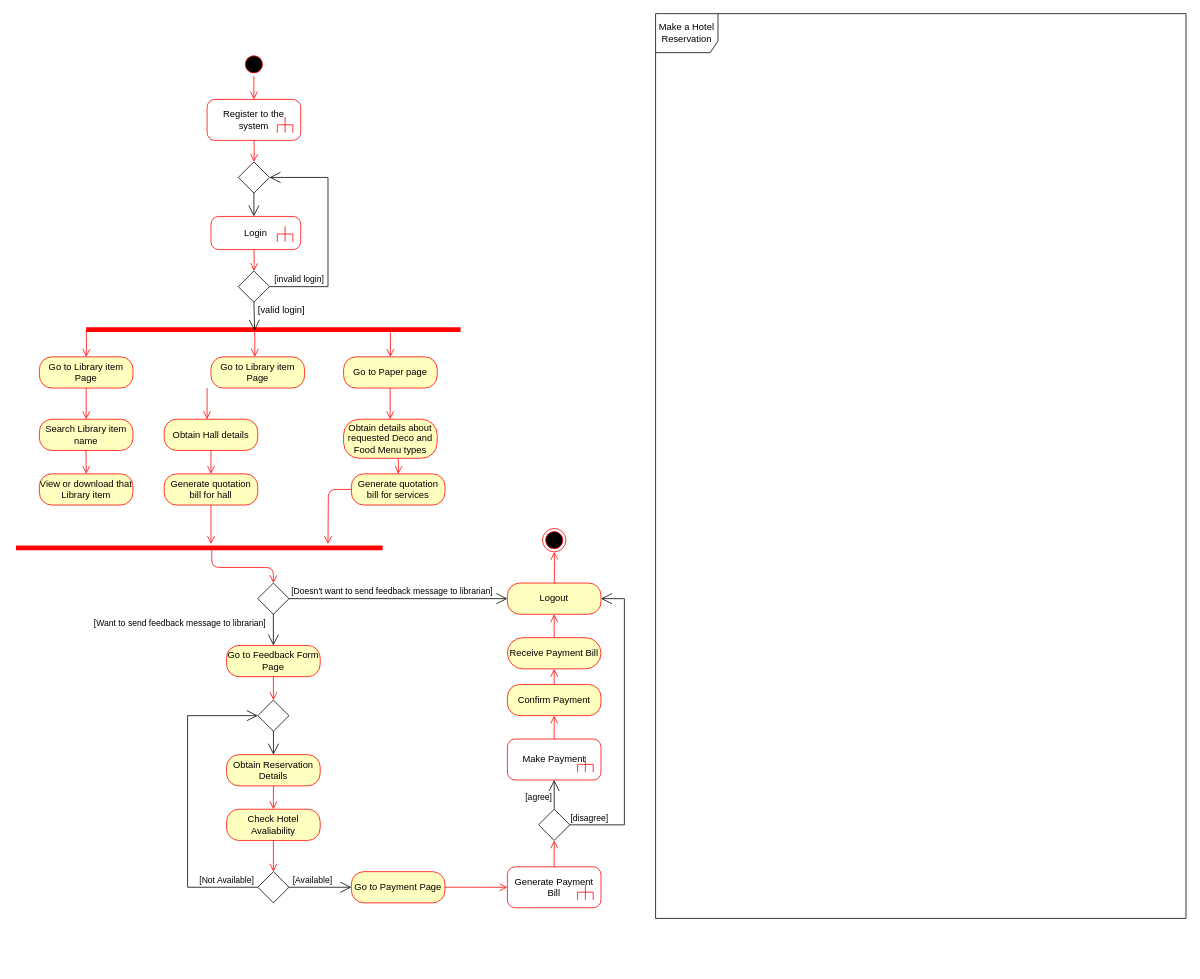
This is Activity Diagram - View Library items(Student).drawio from YuchiraJA/ITP-Project-Diagrams, a draw.io file, before an edit. Source tidied: cells renumbered, new cells numbered last; positions are measured from the earlier drawing's top-left corner, leaving out a move shared by most shapes. Both pictures are drawn from the tidied source at 78%, with x=0, y=0 at pixel (16, 13).
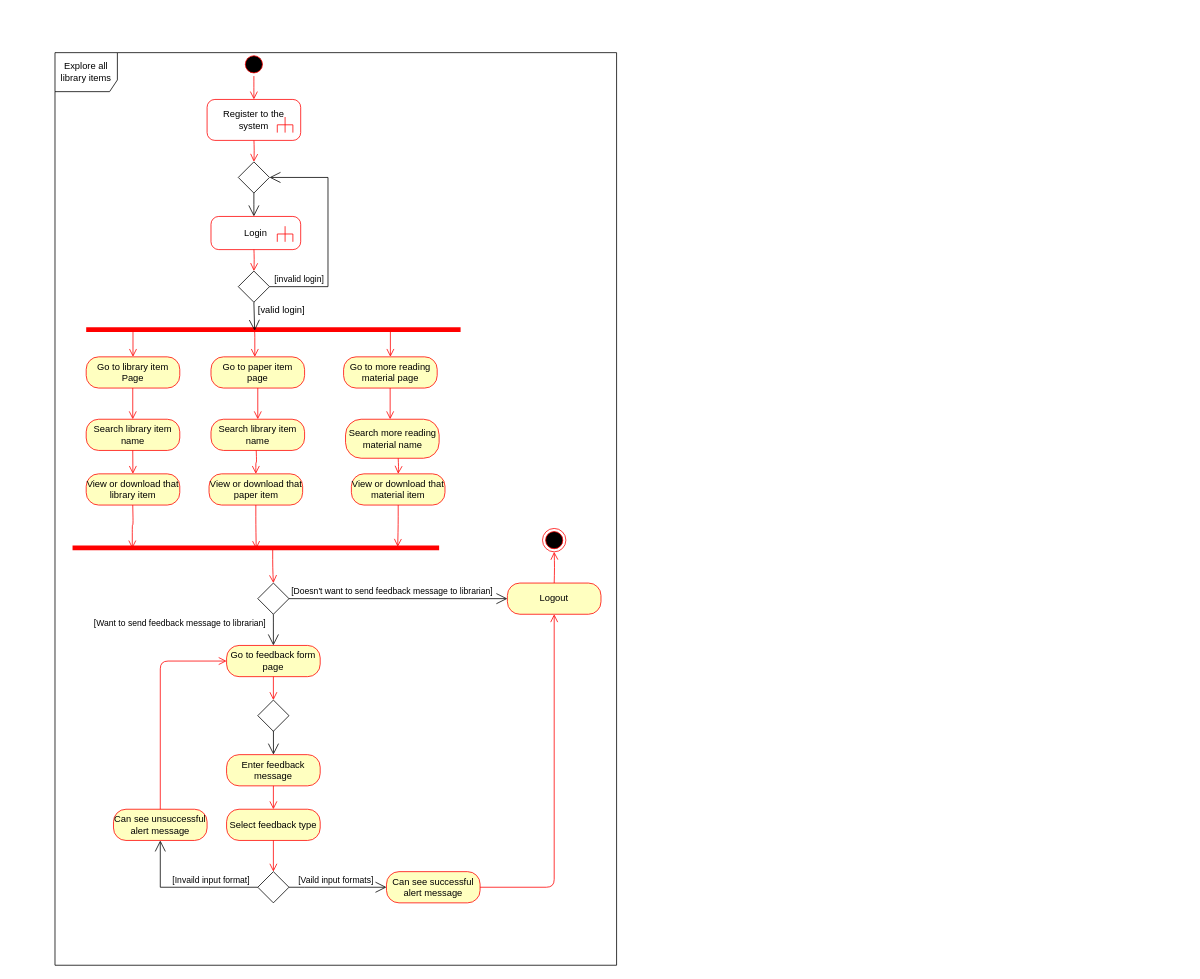
Above is the later version.

Unchanged cells that the change refers to:
```xml
<mxCell id="10" style="shape=line;html=1;strokeWidth=6;strokeColor=#ff0000;" parent="1" vertex="1">
  <mxGeometry x="90" y="400" width="480" height="10" as="geometry" />
</mxCell>
<mxCell id="29" style="shape=rhombus;html=1;verticalLabelPosition=bottom;verticalAlignment=top;" parent="1" vertex="1">
  <mxGeometry x="310" y="730" width="40" height="40" as="geometry" />
</mxCell>
<mxCell id="36" style="shape=rhombus;html=1;verticalLabelPosition=bottom;verticalAlignment=top;" parent="1" vertex="1">
  <mxGeometry x="310" y="880" width="40" height="40" as="geometry" />
</mxCell>
<mxCell id="38" style="shape=rhombus;html=1;verticalLabelPosition=bottom;verticalAlignment=top;" parent="1" vertex="1">
  <mxGeometry x="310" y="1100" width="40" height="40" as="geometry" />
</mxCell>
<mxCell id="51" value="Logout" style="rounded=1;whiteSpace=wrap;html=1;arcSize=40;fontColor=#000000;fillColor=#ffffc0;strokeColor=#ff0000;" parent="1" vertex="1">
  <mxGeometry x="630" y="730" width="120" height="40" as="geometry" />
</mxCell>
```

The edit, as a diff of the source:
```diff
@@
-    <mxCell id="12" value="Go to Library item Page" style="rounded=1;whiteSpace=wrap;html=1;arcSize=40;fontColor=#000000;fillColor=#ffffc0;strokeColor=#ff0000;" parent="1" vertex="1">
+    <mxCell id="12" value="Go to paper item page" style="rounded=1;whiteSpace=wrap;html=1;arcSize=40;fontColor=#000000;fillColor=#ffffc0;strokeColor=#ff0000;" parent="1" vertex="1">
       <mxGeometry x="250" y="440" width="120" height="40" as="geometry" />
     </mxCell>
-    <mxCell id="13" value="Go to Paper page" style="rounded=1;whiteSpace=wrap;html=1;arcSize=40;fontColor=#000000;fillColor=#ffffc0;strokeColor=#ff0000;" parent="1" vertex="1">
+    <mxCell id="13" value="Go to more reading material page" style="rounded=1;whiteSpace=wrap;html=1;arcSize=40;fontColor=#000000;fillColor=#ffffc0;strokeColor=#ff0000;" parent="1" vertex="1">
       <mxGeometry x="420" y="440" width="120" height="40" as="geometry" />
     </mxCell>
@@
-    <mxCell id="16" value="Obtain Hall details" style="rounded=1;whiteSpace=wrap;html=1;arcSize=40;fontColor=#000000;fillColor=#ffffc0;strokeColor=#ff0000;" parent="1" vertex="1">
-      <mxGeometry x="190" y="520" width="120" height="40" as="geometry" />
+    <mxCell id="16" value="Search library item name" style="rounded=1;whiteSpace=wrap;html=1;arcSize=40;fontColor=#000000;fillColor=#ffffc0;strokeColor=#ff0000;" parent="1" vertex="1">
+      <mxGeometry x="250" y="520" width="120" height="40" as="geometry" />
     </mxCell>
-    <mxCell id="17" style="edgeStyle=orthogonalEdgeStyle;html=1;verticalAlign=bottom;endArrow=open;endSize=8;strokeColor=#ff0000;" parent="1" edge="1" source="16">
+    <mxCell id="17" style="edgeStyle=orthogonalEdgeStyle;html=1;verticalAlign=bottom;endArrow=open;endSize=8;strokeColor=#ff0000;entryX=0.5;entryY=0;entryDx=0;entryDy=0;" parent="1" edge="1" target="23">
       <mxGeometry relative="1" as="geometry">
-        <mxPoint x="250" y="590" as="targetPoint" />
+        <mxPoint x="308" y="560" as="sourcePoint" />
       </mxGeometry>
     </mxCell>
-    <mxCell id="18" value="Obtain details about requested Deco and Food Menu types" style="rounded=1;whiteSpace=wrap;html=1;arcSize=40;fontColor=#000000;fillColor=#ffffc0;strokeColor=#ff0000;" parent="1" vertex="1">
-      <mxGeometry x="420" y="520" width="120" height="50" as="geometry" />
+    <mxCell id="18" value="Search more reading material name" style="rounded=1;whiteSpace=wrap;html=1;arcSize=40;fontColor=#000000;fillColor=#ffffc0;strokeColor=#ff0000;" parent="1" vertex="1">
+      <mxGeometry x="422.5" y="520" width="120" height="50" as="geometry" />
     </mxCell>
@@
     <mxCell id="22" style="edgeStyle=orthogonalEdgeStyle;html=1;verticalAlign=bottom;endArrow=open;endSize=8;strokeColor=#ff0000;" parent="1" edge="1">
       <mxGeometry relative="1" as="geometry">
-        <mxPoint x="245" y="480" as="sourcePoint" />
-        <mxPoint x="245" y="520" as="targetPoint" />
+        <mxPoint x="310" y="480" as="sourcePoint" />
+        <mxPoint x="310" y="520" as="targetPoint" />
         <Array as="points">
-          <mxPoint x="245" y="480" />
-          <mxPoint x="245" y="480" />
+          <mxPoint x="310" y="480" />
+          <mxPoint x="310" y="480" />
         </Array>
       </mxGeometry>
     </mxCell>
-    <mxCell id="23" value="Generate quotation bill for hall" style="rounded=1;whiteSpace=wrap;html=1;arcSize=40;fontColor=#000000;fillColor=#ffffc0;strokeColor=#ff0000;" parent="1" vertex="1">
-      <mxGeometry x="190" y="590" width="120" height="40" as="geometry" />
+    <mxCell id="23" value="View or download that paper item" style="rounded=1;whiteSpace=wrap;html=1;arcSize=40;fontColor=#000000;fillColor=#ffffc0;strokeColor=#ff0000;" parent="1" vertex="1">
+      <mxGeometry x="247.5" y="590" width="120" height="40" as="geometry" />
     </mxCell>
-    <mxCell id="24" style="edgeStyle=orthogonalEdgeStyle;html=1;verticalAlign=bottom;endArrow=open;endSize=8;strokeColor=#ff0000;" parent="1" edge="1" source="23">
-      <mxGeometry relative="1" as="geometry">
-        <mxPoint x="250" y="680" as="targetPoint" />
-      </mxGeometry>
+    <mxCell id="24" style="edgeStyle=orthogonalEdgeStyle;html=1;verticalAlign=bottom;endArrow=open;endSize=8;strokeColor=#ff0000;entryX=0.501;entryY=0.628;entryDx=0;entryDy=0;entryPerimeter=0;" parent="1" edge="1" source="23" target="27">
+      <mxGeometry relative="1" as="geometry" />
     </mxCell>
-    <mxCell id="25" value="Generate quotation bill for services" style="rounded=1;whiteSpace=wrap;html=1;arcSize=40;fontColor=#000000;fillColor=#ffffc0;strokeColor=#ff0000;" parent="1" vertex="1">
+    <mxCell id="25" value="View or download that material item" style="rounded=1;whiteSpace=wrap;html=1;arcSize=40;fontColor=#000000;fillColor=#ffffc0;strokeColor=#ff0000;" parent="1" vertex="1">
       <mxGeometry x="430" y="590" width="120" height="40" as="geometry" />
     </mxCell>
-    <mxCell id="26" style="edgeStyle=orthogonalEdgeStyle;html=1;verticalAlign=bottom;endArrow=open;endSize=8;strokeColor=#ff0000;" parent="1" edge="1" source="25">
-      <mxGeometry relative="1" as="geometry">
-        <mxPoint x="400" y="680" as="targetPoint" />
-      </mxGeometry>
+    <mxCell id="26" style="edgeStyle=orthogonalEdgeStyle;html=1;verticalAlign=bottom;endArrow=open;endSize=8;strokeColor=#ff0000;exitX=0.5;exitY=1;exitDx=0;exitDy=0;entryX=0.887;entryY=0.352;entryDx=0;entryDy=0;entryPerimeter=0;" parent="1" edge="1" source="25" target="27">
+      <mxGeometry relative="1" as="geometry" />
     </mxCell>
     <mxCell id="27" style="shape=line;html=1;strokeWidth=6;strokeColor=#ff0000;" parent="1" vertex="1">
-      <mxGeometry y="680" width="470" height="10" as="geometry" />
+      <mxGeometry x="72.5" y="680" width="470" height="10" as="geometry" />
     </mxCell>
-    <mxCell id="28" style="edgeStyle=orthogonalEdgeStyle;html=1;verticalAlign=bottom;endArrow=open;endSize=8;strokeColor=#ff0000;entryX=0.5;entryY=0;entryDx=0;entryDy=0;exitX=0.534;exitY=0.533;exitDx=0;exitDy=0;exitPerimeter=0;" parent="1" edge="1" source="27" target="29">
+    <mxCell id="28" style="edgeStyle=orthogonalEdgeStyle;html=1;verticalAlign=bottom;endArrow=open;endSize=8;strokeColor=#ff0000;entryX=0.5;entryY=0;entryDx=0;entryDy=0;exitX=0.546;exitY=0.766;exitDx=0;exitDy=0;exitPerimeter=0;" parent="1" edge="1" source="27" target="29">
       <mxGeometry relative="1" as="geometry" />
     </mxCell>
@@
-    <mxCell id="32" value="Go to Feedback Form Page" style="rounded=1;whiteSpace=wrap;html=1;arcSize=40;fontColor=#000000;fillColor=#ffffc0;strokeColor=#ff0000;" parent="1" vertex="1">
+    <mxCell id="32" value="Go to feedback form page" style="rounded=1;whiteSpace=wrap;html=1;arcSize=40;fontColor=#000000;fillColor=#ffffc0;strokeColor=#ff0000;" parent="1" vertex="1">
       <mxGeometry x="270" y="810" width="120" height="40" as="geometry" />
     </mxCell>
@@
-    <mxCell id="34" value="Obtain Reservation Details" style="rounded=1;whiteSpace=wrap;html=1;arcSize=40;fontColor=#000000;fillColor=#ffffc0;strokeColor=#ff0000;" parent="1" vertex="1">
+    <mxCell id="34" value="Enter feedback message" style="rounded=1;whiteSpace=wrap;html=1;arcSize=40;fontColor=#000000;fillColor=#ffffc0;strokeColor=#ff0000;" parent="1" vertex="1">
       <mxGeometry x="270" y="950" width="120" height="40" as="geometry" />
     </mxCell>
@@
-    <mxCell id="39" value="[Available]" style="edgeStyle=elbowEdgeStyle;html=1;elbow=vertical;verticalAlign=bottom;endArrow=open;rounded=0;labelBackgroundColor=none;endSize=12;entryX=0;entryY=0.5;entryDx=0;entryDy=0;" parent="1" edge="1" target="56">
-      <mxGeometry x="-0.25" relative="1" as="geometry">
+    <mxCell id="39" value="[Vaild input formats]" style="edgeStyle=elbowEdgeStyle;html=1;elbow=vertical;verticalAlign=bottom;endArrow=open;rounded=0;labelBackgroundColor=none;endSize=12;entryX=0;entryY=0.5;entryDx=0;entryDy=0;" parent="1" edge="1" target="56">
+      <mxGeometry x="-0.04" relative="1" as="geometry">
         <mxPoint x="350" y="1120" as="sourcePoint" />
         <Array as="points">
           <mxPoint x="370" y="1120" />
           <mxPoint x="360" y="1070" />
         </Array>
       </mxGeometry>
     </mxCell>
-    <mxCell id="40" value="[Not Available]" style="edgeStyle=elbowEdgeStyle;html=1;elbow=vertical;verticalAlign=bottom;endArrow=open;rounded=0;labelBackgroundColor=none;endSize=12;entryX=0;entryY=0.5;entryDx=0;entryDy=0;" parent="1" edge="1" source="38" target="36">
-      <mxGeometry x="-0.8" relative="1" as="geometry">
+    <mxCell id="40" value="[Invaild input format]" style="edgeStyle=elbowEdgeStyle;html=1;elbow=vertical;verticalAlign=bottom;endArrow=open;rounded=0;labelBackgroundColor=none;endSize=12;entryX=0.5;entryY=1;entryDx=0;entryDy=0;" parent="1" edge="1" source="38" target="69">
+      <mxGeometry x="-0.35" relative="1" as="geometry">
         <Array as="points">
-          <mxPoint x="220" y="960" />
+          <mxPoint x="250" y="1120" />
+          <mxPoint x="260" y="910" />
+          <mxPoint x="220" y="1050" />
         </Array>
       </mxGeometry>
     </mxCell>
-    <mxCell id="41" value="Make a Hotel Reservation" style="shape=umlFrame;whiteSpace=wrap;html=1;width=80;height=50;" parent="1" vertex="1">
-      <mxGeometry x="820" width="680" height="1160" as="geometry" />
+    <mxCell id="41" value="Explore all library items" style="shape=umlFrame;whiteSpace=wrap;html=1;width=80;height=50;" parent="1" vertex="1">
+      <mxGeometry x="50" y="50" width="720" height="1170" as="geometry" />
     </mxCell>
-    <mxCell id="42" value="Check Hotel Avaliability" style="rounded=1;whiteSpace=wrap;html=1;arcSize=40;fontColor=#000000;fillColor=#ffffc0;strokeColor=#ff0000;" parent="1" vertex="1">
+    <mxCell id="42" value="Select feedback type" style="rounded=1;whiteSpace=wrap;html=1;arcSize=40;fontColor=#000000;fillColor=#ffffc0;strokeColor=#ff0000;" parent="1" vertex="1">
       <mxGeometry x="270" y="1020" width="120" height="40" as="geometry" />
     </mxCell>
@@
-    <mxCell id="44" style="shape=rhombus;html=1;verticalLabelPosition=bottom;verticalAlignment=top;" parent="1" vertex="1">
-      <mxGeometry x="670" y="1020" width="40" height="40" as="geometry" />
-    </mxCell>
-    <mxCell id="45" value="[disagree]" style="edgeStyle=elbowEdgeStyle;html=1;elbow=vertical;verticalAlign=bottom;endArrow=open;rounded=0;labelBackgroundColor=none;endSize=12;entryX=1;entryY=0.5;entryDx=0;entryDy=0;" parent="1" edge="1" source="44" target="51">
-      <mxGeometry x="-0.87" relative="1" as="geometry">
-        <Array as="points">
-          <mxPoint x="780" y="990" />
-          <mxPoint x="760" y="1120" />
-        </Array>
-      </mxGeometry>
-    </mxCell>
-    <mxCell id="46" value="[agree]" style="edgeStyle=elbowEdgeStyle;html=1;elbow=vertical;verticalAlign=bottom;endArrow=open;rounded=0;labelBackgroundColor=none;endSize=12;exitX=0.5;exitY=0;exitDx=0;exitDy=0;entryX=0.5;entryY=1;entryDx=0;entryDy=0;entryPerimeter=0;" parent="1" edge="1" source="44" target="48">
-      <mxGeometry x="-0.7" y="20" relative="1" as="geometry">
-        <Array as="points">
-          <mxPoint x="650" y="1007.5" />
-        </Array>
-      </mxGeometry>
-    </mxCell>
-    <mxCell id="47" value="Generate Payment Bill" style="html=1;shape=mxgraph.sysml.callBehAct;whiteSpace=wrap;align=center;strokeColor=#FF0000;" parent="1" vertex="1">
-      <mxGeometry x="630" y="1093.8" width="120" height="52.5" as="geometry" />
-    </mxCell>
-    <mxCell id="48" value="Make Payment" style="html=1;shape=mxgraph.sysml.callBehAct;whiteSpace=wrap;align=center;strokeColor=#FF0000;" parent="1" vertex="1">
-      <mxGeometry x="630" y="930" width="120" height="52.5" as="geometry" />
-    </mxCell>
-    <mxCell id="49" value="Confirm Payment" style="rounded=1;whiteSpace=wrap;html=1;arcSize=40;fontColor=#000000;fillColor=#ffffc0;strokeColor=#ff0000;" parent="1" vertex="1">
-      <mxGeometry x="630" y="860" width="120" height="40" as="geometry" />
-    </mxCell>
-    <mxCell id="50" value="Receive Payment Bill" style="rounded=1;whiteSpace=wrap;html=1;arcSize=50;fontColor=#000000;fillColor=#ffffc0;strokeColor=#ff0000;" parent="1" vertex="1">
-      <mxGeometry x="630" y="800" width="120" height="40" as="geometry" />
-    </mxCell>
@@
-    <mxCell id="52" style="edgeStyle=orthogonalEdgeStyle;html=1;verticalAlign=bottom;endArrow=open;endSize=8;strokeColor=#ff0000;exitX=0.5;exitY=0;exitDx=0;exitDy=0;entryX=0.5;entryY=1;entryDx=0;entryDy=0;" parent="1" edge="1" source="50" target="51">
-      <mxGeometry relative="1" as="geometry" />
-    </mxCell>
-    <mxCell id="53" style="edgeStyle=orthogonalEdgeStyle;html=1;verticalAlign=bottom;endArrow=open;endSize=8;strokeColor=#ff0000;exitX=0.5;exitY=0;exitDx=0;exitDy=0;entryX=0.5;entryY=1;entryDx=0;entryDy=0;" parent="1" edge="1" source="49" target="50">
-      <mxGeometry relative="1" as="geometry" />
-    </mxCell>
@@
-    <mxCell id="56" value="Go to Payment Page" style="rounded=1;whiteSpace=wrap;html=1;arcSize=40;fontColor=#000000;fillColor=#ffffc0;strokeColor=#ff0000;" parent="1" vertex="1">
-      <mxGeometry x="430" y="1100" width="120" height="40" as="geometry" />
+    <mxCell id="56" value="Can see successful alert message" style="rounded=1;whiteSpace=wrap;html=1;arcSize=40;fontColor=#000000;fillColor=#ffffc0;strokeColor=#ff0000;" parent="1" vertex="1">
+      <mxGeometry x="475" y="1100" width="120" height="40" as="geometry" />
     </mxCell>
-    <mxCell id="57" style="edgeStyle=orthogonalEdgeStyle;html=1;verticalAlign=bottom;endArrow=open;endSize=8;strokeColor=#ff0000;exitX=1;exitY=0.5;exitDx=0;exitDy=0;entryX=0;entryY=0.5;entryDx=0;entryDy=0;entryPerimeter=0;" parent="1" edge="1" source="56" target="47">
+    <mxCell id="57" style="edgeStyle=orthogonalEdgeStyle;html=1;verticalAlign=bottom;endArrow=open;endSize=8;strokeColor=#ff0000;exitX=1;exitY=0.5;exitDx=0;exitDy=0;entryX=0.5;entryY=1;entryDx=0;entryDy=0;" parent="1" edge="1" source="56" target="51">
       <mxGeometry relative="1" as="geometry" />
     </mxCell>
-    <mxCell id="58" style="edgeStyle=orthogonalEdgeStyle;html=1;verticalAlign=bottom;endArrow=open;endSize=8;strokeColor=#ff0000;exitX=0.5;exitY=0;exitDx=0;exitDy=0;entryX=0.5;entryY=1;entryDx=0;entryDy=0;exitPerimeter=0;" parent="1" edge="1" source="47" target="44">
-      <mxGeometry relative="1" as="geometry" />
-    </mxCell>
@@
-    <mxCell id="61" style="edgeStyle=orthogonalEdgeStyle;html=1;verticalAlign=bottom;endArrow=open;endSize=8;strokeColor=#ff0000;exitX=0.5;exitY=0;exitDx=0;exitDy=0;entryX=0.5;entryY=1;entryDx=0;entryDy=0;exitPerimeter=0;" parent="1" edge="1" source="48" target="49">
-      <mxGeometry relative="1" as="geometry" />
-    </mxCell>
-    <mxCell id="62" value="Go to Library item Page" style="rounded=1;whiteSpace=wrap;html=1;arcSize=40;fontColor=#000000;fillColor=#ffffc0;strokeColor=#ff0000;" parent="1" vertex="1">
-      <mxGeometry x="30" y="440" width="120" height="40" as="geometry" />
+    <mxCell id="62" value="Go to library item Page" style="rounded=1;whiteSpace=wrap;html=1;arcSize=40;fontColor=#000000;fillColor=#ffffc0;strokeColor=#ff0000;" parent="1" vertex="1">
+      <mxGeometry x="90" y="440" width="120" height="40" as="geometry" />
     </mxCell>
-    <mxCell id="63" value="Search Library item name" style="rounded=1;whiteSpace=wrap;html=1;arcSize=40;fontColor=#000000;fillColor=#ffffc0;strokeColor=#ff0000;" parent="1" vertex="1">
-      <mxGeometry x="30" y="520" width="120" height="40" as="geometry" />
+    <mxCell id="63" value="Search library item name" style="rounded=1;whiteSpace=wrap;html=1;arcSize=40;fontColor=#000000;fillColor=#ffffc0;strokeColor=#ff0000;" parent="1" vertex="1">
+      <mxGeometry x="90" y="520" width="120" height="40" as="geometry" />
     </mxCell>
-    <mxCell id="64" value="View or download that Library item" style="rounded=1;whiteSpace=wrap;html=1;arcSize=40;fontColor=#000000;fillColor=#ffffc0;strokeColor=#ff0000;" parent="1" vertex="1">
-      <mxGeometry x="30" y="590" width="120" height="40" as="geometry" />
+    <mxCell id="64" value="View or download that library item" style="rounded=1;whiteSpace=wrap;html=1;arcSize=40;fontColor=#000000;fillColor=#ffffc0;strokeColor=#ff0000;" parent="1" vertex="1">
+      <mxGeometry x="90" y="590" width="120" height="40" as="geometry" />
     </mxCell>
-    <mxCell id="65" style="edgeStyle=orthogonalEdgeStyle;html=1;verticalAlign=bottom;endArrow=open;endSize=8;strokeColor=#ff0000;entryX=0.5;entryY=0;entryDx=0;entryDy=0;" parent="1" edge="1" target="62">
-      <mxGeometry relative="1" as="geometry">
-        <mxPoint x="90" y="405" as="sourcePoint" />
-      </mxGeometry>
+    <mxCell id="65" style="edgeStyle=orthogonalEdgeStyle;html=1;verticalAlign=bottom;endArrow=open;endSize=8;strokeColor=#ff0000;entryX=0.5;entryY=0;entryDx=0;entryDy=0;exitX=0.125;exitY=0.4;exitDx=0;exitDy=0;exitPerimeter=0;" parent="1" edge="1" source="10" target="62">
+      <mxGeometry relative="1" as="geometry" />
     </mxCell>
     <mxCell id="66" style="edgeStyle=orthogonalEdgeStyle;html=1;verticalAlign=bottom;endArrow=open;endSize=8;strokeColor=#ff0000;" parent="1" edge="1">
       <mxGeometry relative="1" as="geometry">
-        <mxPoint x="90" y="480" as="sourcePoint" />
-        <mxPoint x="90" y="520" as="targetPoint" />
+        <mxPoint x="149.7" y="480" as="sourcePoint" />
+        <mxPoint x="149.7" y="520" as="targetPoint" />
         <Array as="points">
-          <mxPoint x="90" y="480" />
-          <mxPoint x="90" y="480" />
+          <mxPoint x="149.7" y="480" />
+          <mxPoint x="149.7" y="480" />
         </Array>
       </mxGeometry>
     </mxCell>
     <mxCell id="67" style="edgeStyle=orthogonalEdgeStyle;html=1;verticalAlign=bottom;endArrow=open;endSize=8;strokeColor=#ff0000;" parent="1" edge="1">
       <mxGeometry relative="1" as="geometry">
-        <mxPoint x="89.8" y="560" as="sourcePoint" />
-        <mxPoint x="90" y="590" as="targetPoint" />
+        <mxPoint x="149.7" y="560" as="sourcePoint" />
+        <mxPoint x="149.9" y="590" as="targetPoint" />
         <Array as="points">
-          <mxPoint x="89.8" y="560" />
-          <mxPoint x="89.8" y="560" />
+          <mxPoint x="149.7" y="560" />
+          <mxPoint x="149.7" y="560" />
         </Array>
       </mxGeometry>
     </mxCell>
+    <mxCell id="68" style="edgeStyle=orthogonalEdgeStyle;html=1;verticalAlign=bottom;endArrow=open;endSize=8;strokeColor=#ff0000;entryX=0.163;entryY=0.559;entryDx=0;entryDy=0;entryPerimeter=0;" parent="1" edge="1" target="27">
+      <mxGeometry relative="1" as="geometry">
+        <mxPoint x="149.7" y="630" as="sourcePoint" />
+      </mxGeometry>
+    </mxCell>
+    <mxCell id="69" value="Can see unsuccessful alert message" style="rounded=1;whiteSpace=wrap;html=1;arcSize=40;fontColor=#000000;fillColor=#ffffc0;strokeColor=#ff0000;" parent="1" vertex="1">
+      <mxGeometry x="125" y="1020" width="120" height="40" as="geometry" />
+    </mxCell>
+    <mxCell id="70" style="edgeStyle=orthogonalEdgeStyle;html=1;verticalAlign=bottom;endArrow=open;endSize=8;strokeColor=#ff0000;entryX=0;entryY=0.5;entryDx=0;entryDy=0;exitX=0.5;exitY=0;exitDx=0;exitDy=0;" parent="1" edge="1" source="69" target="32">
+      <mxGeometry relative="1" as="geometry" />
+    </mxCell>
```
